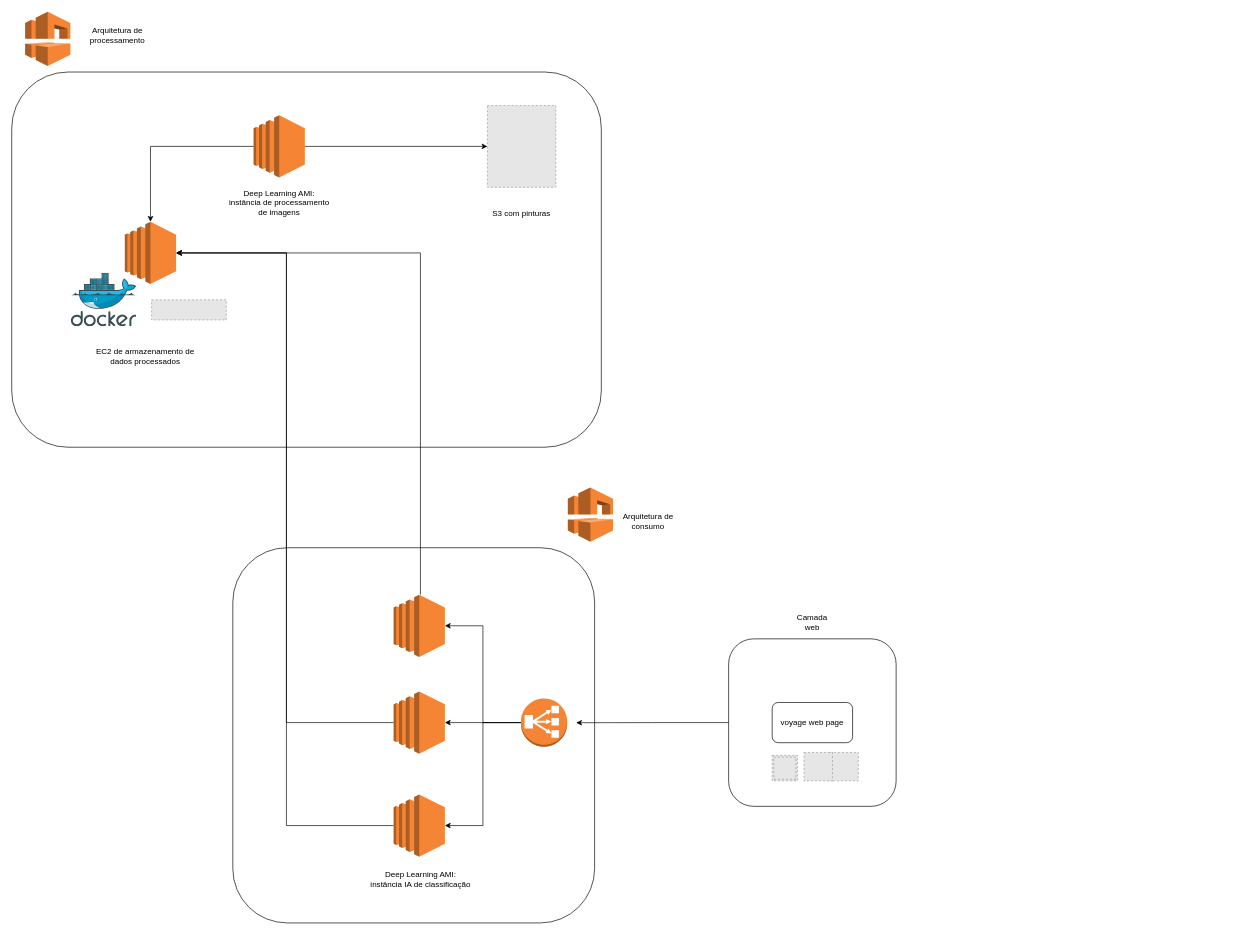
mateus-castro/voyage keeps this draw.io diagram as documentacao/arquitetura/arquitetura_v1.drawio. Above is the earlier version. Source tidied: cells renumbered, new cells numbered last; positions are measured from the earlier drawing's top-left corner, leaving out a move shared by most shapes. Both pictures are drawn from the tidied source at 67%, with x=0, y=0 at pixel (11, 11). Pictures stored in the file or linked from it are replaced by grey dashed boxes.
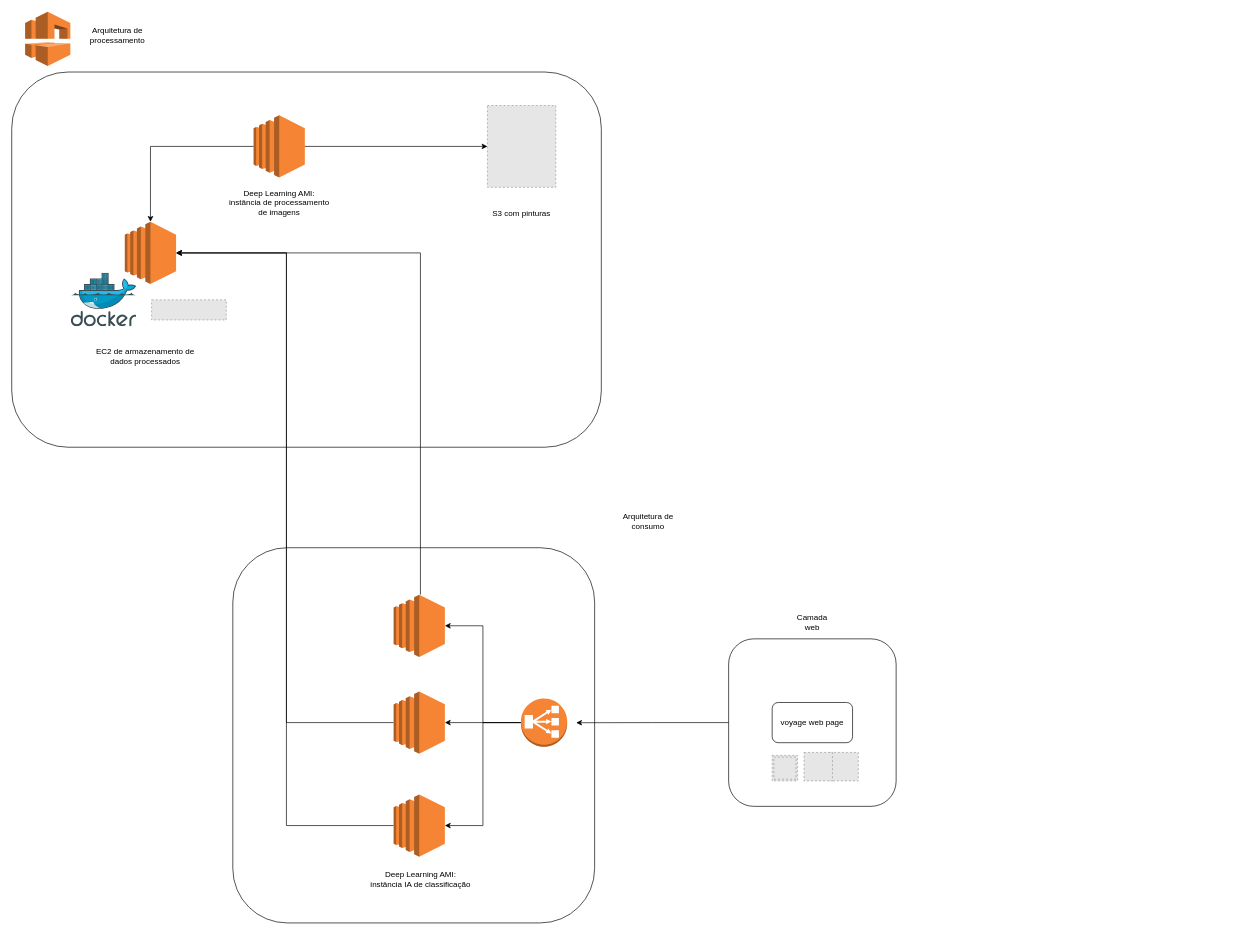
The same page after the edit.

Diff of the diagram source:
```diff
@@
-    <mxCell id="37" style="dashed=0;verticalLabelPosition=bottom;verticalAlign=top;align=center;html=1;shape=mxgraph.aws3.vpc;fillColor=#F58534;gradientColor=none;" parent="1" vertex="1">
-      <mxGeometry x="830" y="710" width="67.5" height="81" as="geometry" />
-    </mxCell>
```
